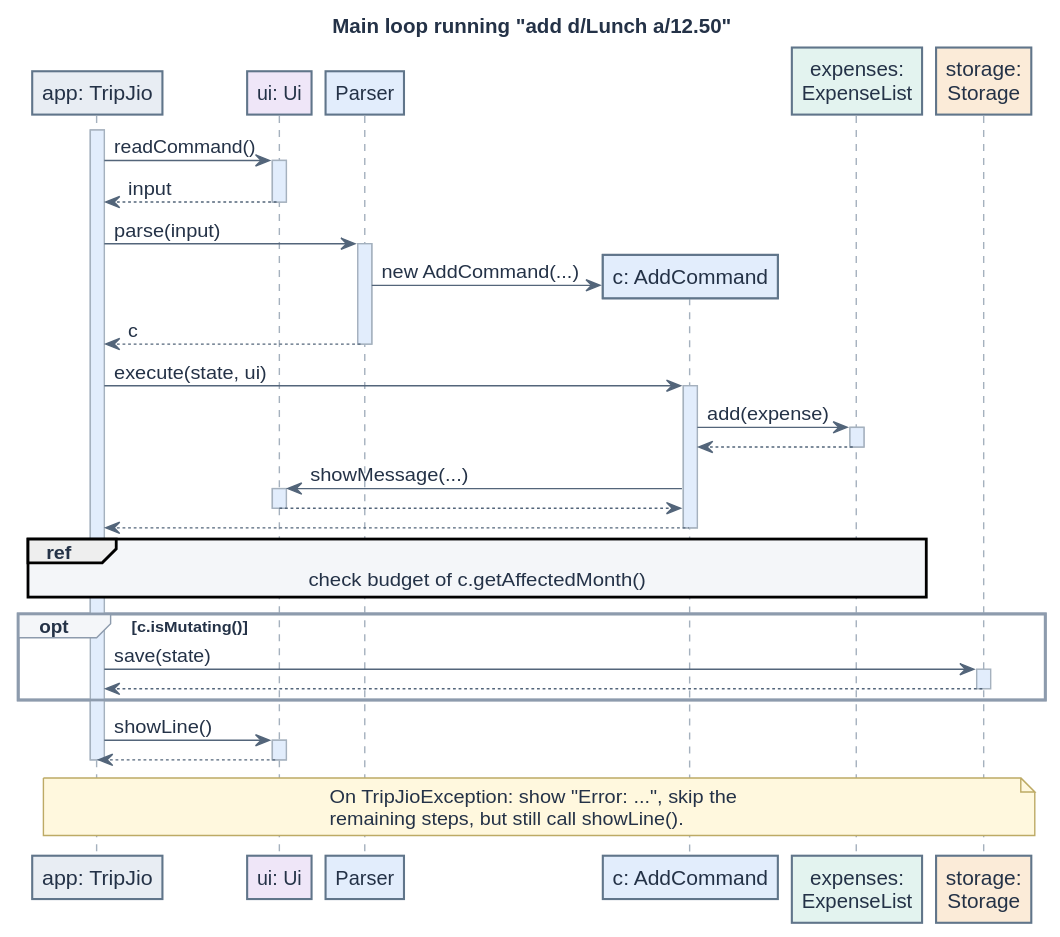
Above: docs/images/AddCommandSequence.svg in AY2627S1-CS2113-W10-1/tp (PlantUML), before the change.
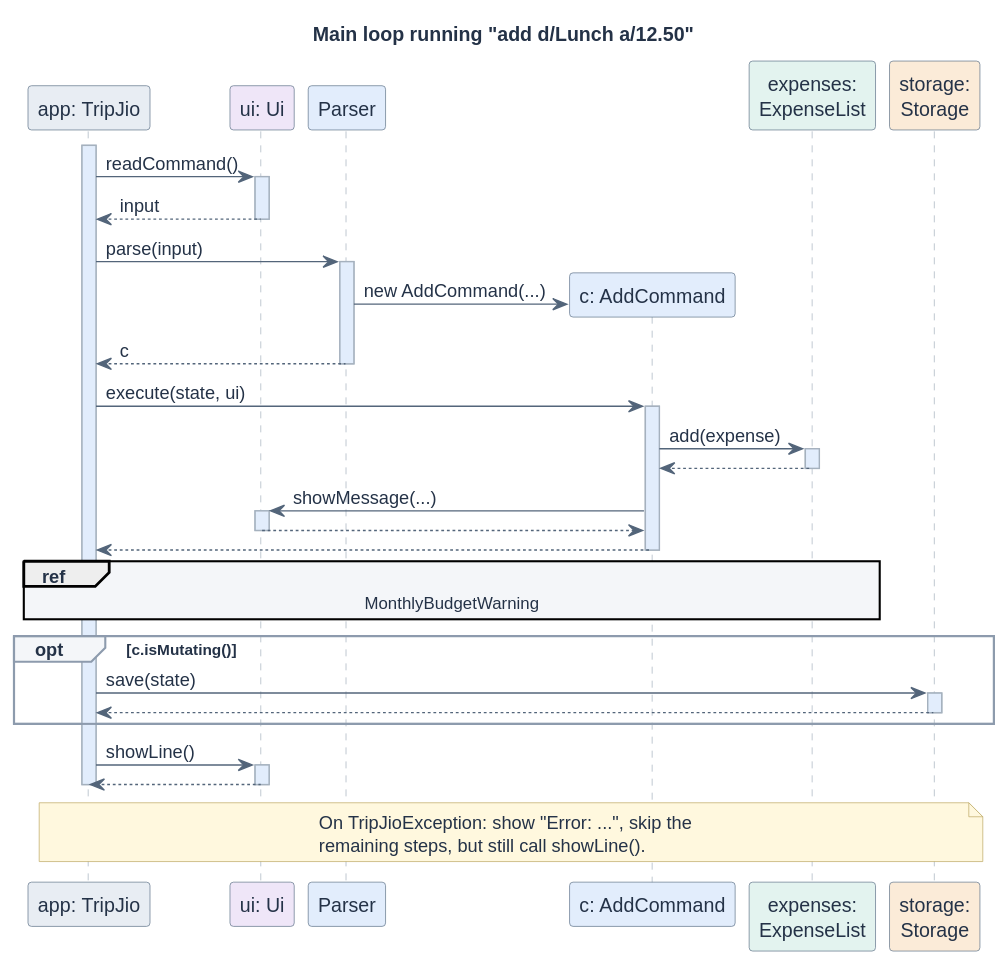
Above is the later version.

Change to the diagram source:
```diff
@@ -42,7 +42,7 @@
 deactivate Ui
 Cmd --> App
 deactivate Cmd
-ref over App, Expenses : check budget of c.getAffectedMonth()
+ref over App, Expenses : MonthlyBudgetWarning
 opt c.isMutating()
 App -> Storage : save(state)
 activate Storage
```
